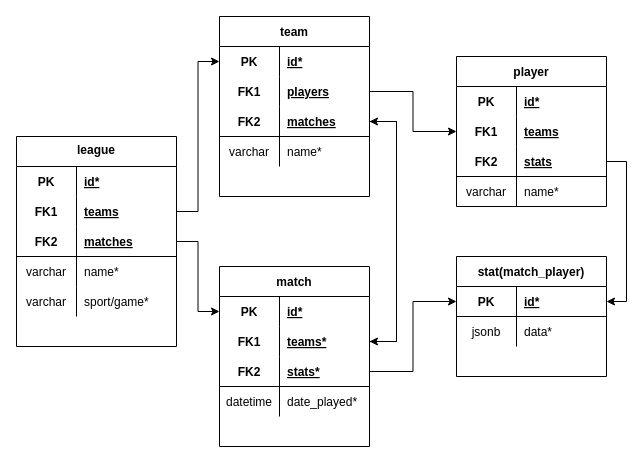
This is destroyingFriendships.drawio from jeffreyjahn/destroyingFriendships, a draw.io file, before an edit. Source tidied: cells renumbered, new cells numbered last; positions are measured from the earlier drawing's top-left corner, leaving out a move shared by most shapes. Both pictures are drawn from the tidied source at 100%, with x=0, y=0 at pixel (16, 16).
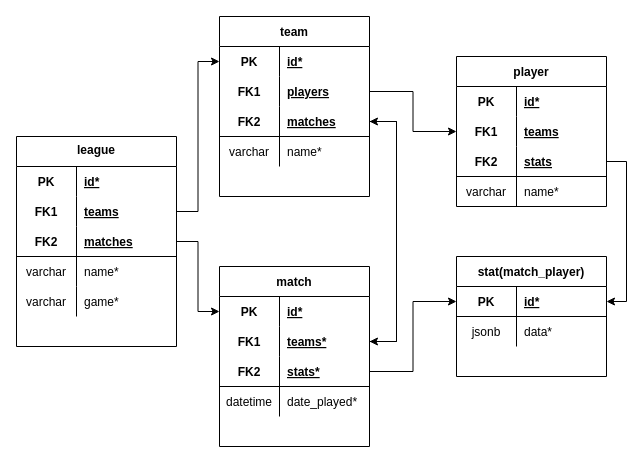
Above is the later version.

Unchanged cells that the change refers to:
```xml
<mxCell id="15" style="shape=partialRectangle;fillColor=none;top=0;left=0;bottom=0;right=0;" parent="2" vertex="1">
  <mxGeometry y="150" width="160" height="30" as="geometry" />
</mxCell>
```

Change to the diagram source:
```diff
@@
-    <mxCell id="17" value="sport/game*" style="shape=partialRectangle;fillColor=none;top=0;left=0;bottom=0;right=0;align=left;spacingLeft=6;overflow=hidden;" parent="15" vertex="1">
+    <mxCell id="17" value="game*" style="shape=partialRectangle;fillColor=none;top=0;left=0;bottom=0;right=0;align=left;spacingLeft=6;overflow=hidden;" parent="15" vertex="1">
       <mxGeometry x="60" width="100" height="30" as="geometry" />
     </mxCell>
```
